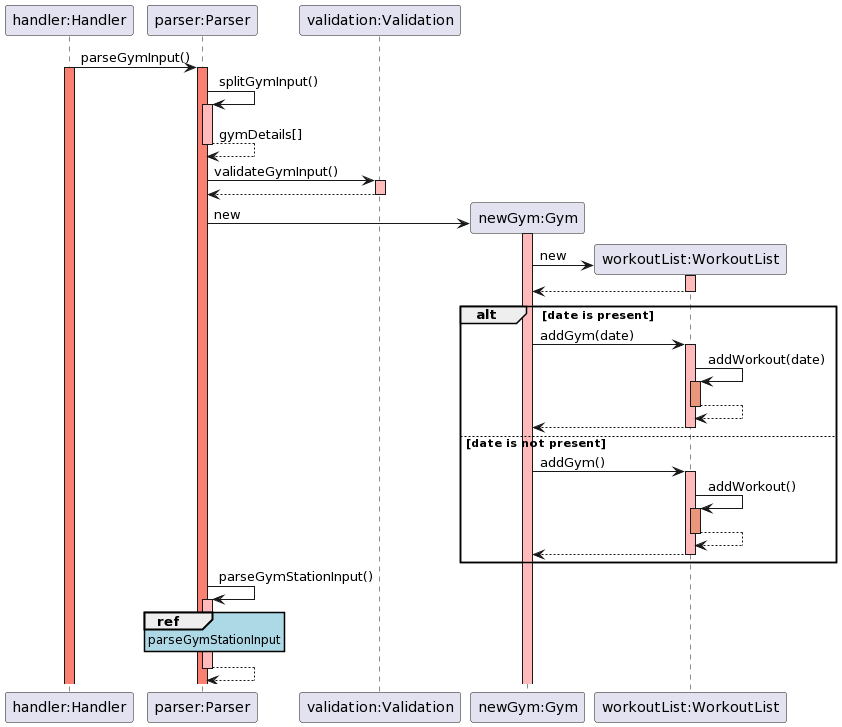
Earlier version of the PlantUML export docs/img/sequence_diagrams/gym_overall_sequence_diagram.png (rouvinerh/tp).
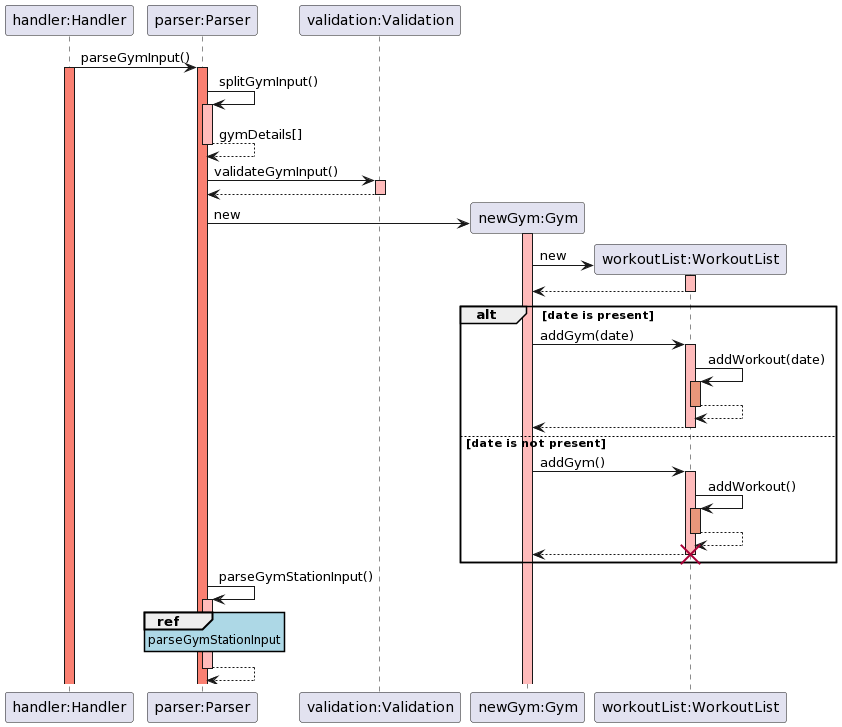
After the commit.

Commit message:
add destroy for sequence diagrams

The edit, as a diff of the source:
```diff
@@ -47,6 +47,7 @@
     deactivate WorkoutList #DarkSalmon
     WorkoutList --> Run:
     deactivate WorkoutList #FFBBBB
+    destroy WorkoutList
 end
 
 Parser -> Parser: parseGymStationInput()
```
